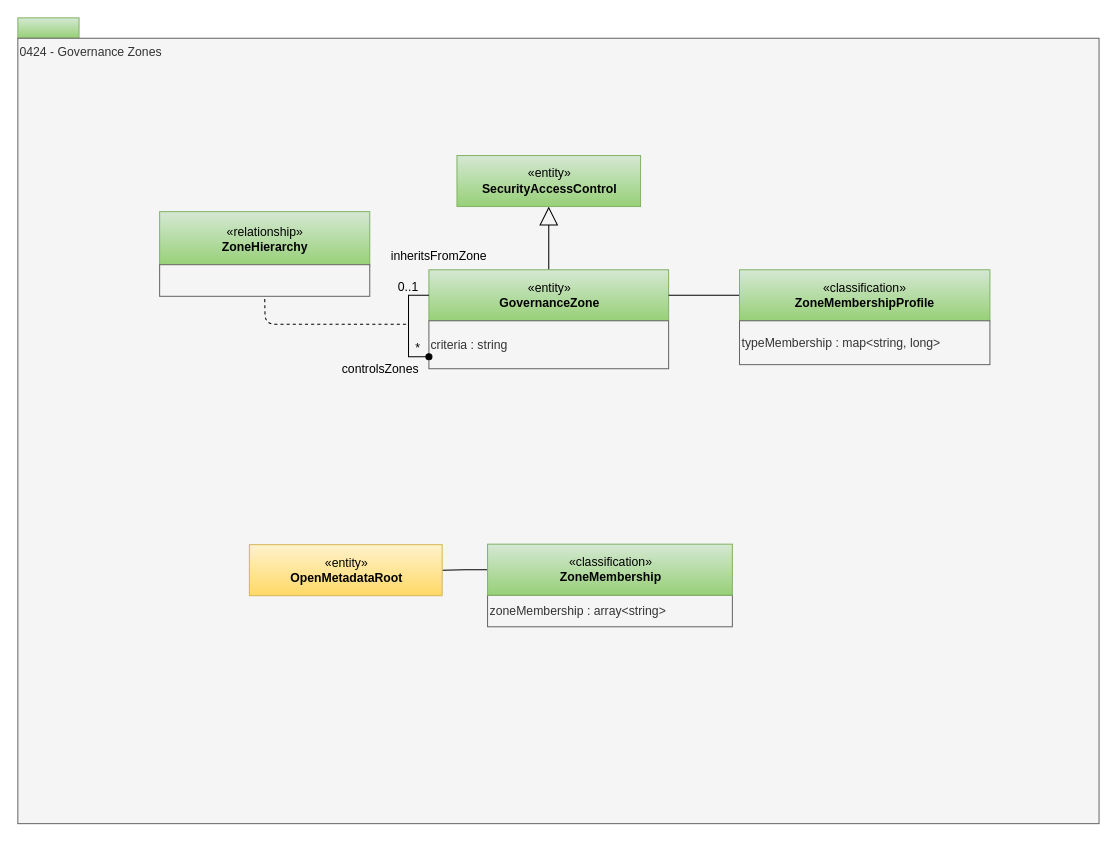
The draw.io diagram page "0424-Governance-Zones" (9 of 30) of site/docs/types/4/area-4-governance.drawio in odpi/egeria-docs, before the edit. Source tidied: cells renumbered, new cells numbered last; positions are measured from the earlier drawing's top-left corner, leaving out a move shared by most shapes. Both pictures are drawn from the tidied source at 102%, with x=0, y=0 at pixel (17, 17).
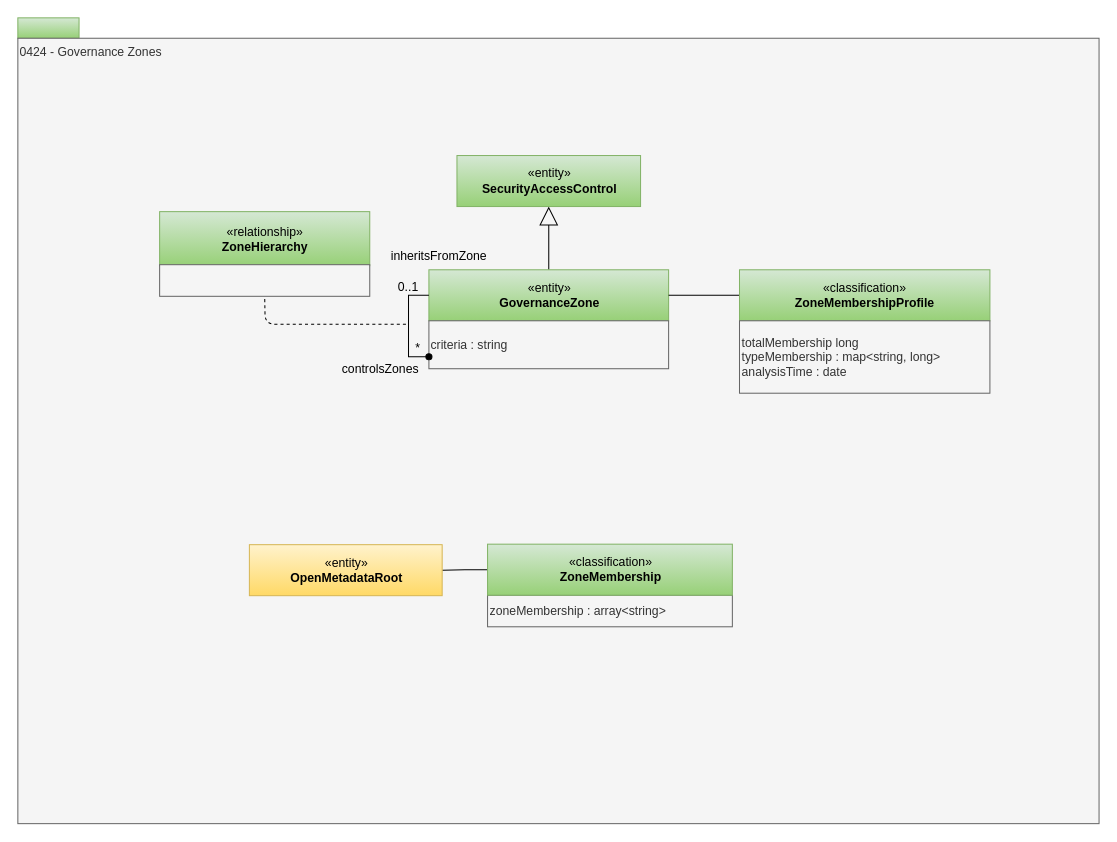
After the change.

The edit, as a diff of the source:
```diff
@@
-    <mxCell id="22" value="&lt;span style=&quot;background-color: transparent; color: light-dark(rgb(51, 51, 51), rgb(193, 193, 193));&quot;&gt;typeMembership : map&amp;lt;string, long&amp;gt;&lt;/span&gt;" style="rounded=0;whiteSpace=wrap;html=1;strokeColor=#666666;align=left;fillColor=#f5f5f5;fontColor=#333333;" parent="1" vertex="1">
-      <mxGeometry x="707.5" y="297" width="245.5" height="43" as="geometry" />
+    <mxCell id="22" value="&lt;span style=&quot;background-color: transparent; color: light-dark(rgb(51, 51, 51), rgb(193, 193, 193));&quot;&gt;totalMembership long&lt;/span&gt;&lt;div&gt;&lt;span style=&quot;background-color: transparent; color: light-dark(rgb(51, 51, 51), rgb(193, 193, 193));&quot;&gt;typeMembership : map&amp;lt;string, long&amp;gt;&lt;/span&gt;&lt;/div&gt;&lt;div&gt;&lt;span style=&quot;background-color: transparent; color: light-dark(rgb(51, 51, 51), rgb(193, 193, 193));&quot;&gt;analysisTime : date&lt;/span&gt;&lt;/div&gt;" style="rounded=0;whiteSpace=wrap;html=1;strokeColor=#666666;align=left;fillColor=#f5f5f5;fontColor=#333333;" parent="1" vertex="1">
+      <mxGeometry x="707.5" y="297" width="245.5" height="71" as="geometry" />
     </mxCell>
```
